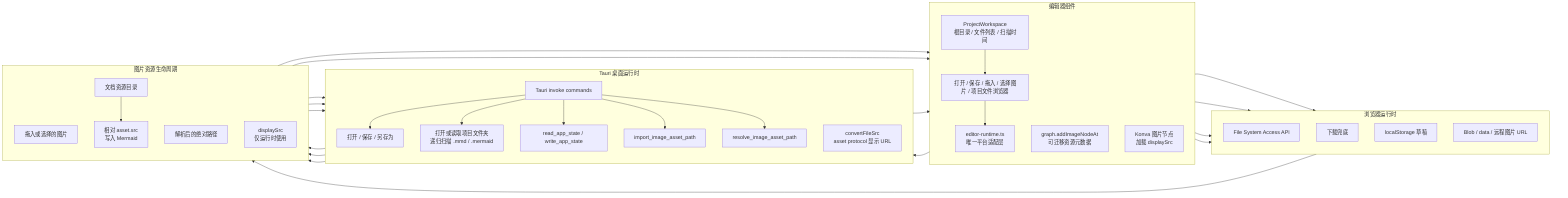
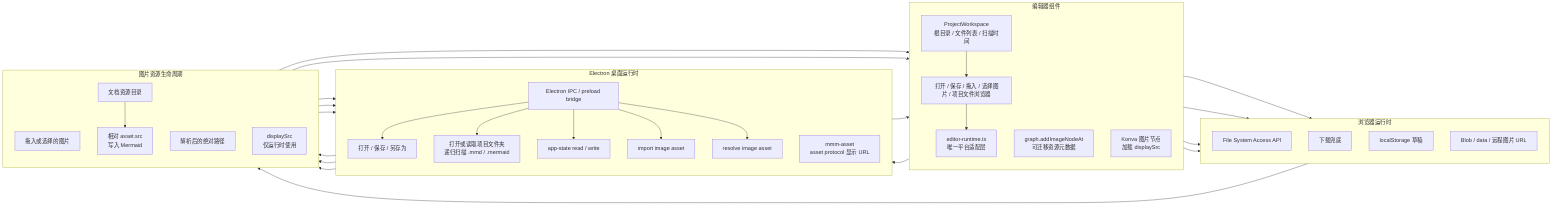
%% 运行时、文件流程与图片资源显示路径
flowchart LR
  subgraph Editor[编辑器组件]
    direction TB
    UiActions["打开 / 保存 / 拖入 / 选择图片 / 项目文件浏览器"]
    RuntimeAdapter["editor-runtime.ts<br/>唯一平台适配层"]
    ProjectWorkspace["ProjectWorkspace<br/>根目录 / 文件列表 / 扫描时间"]
    GraphCommand["graph.addImageNodeAt<br/>可迁移资源元数据"]
    CanvasImage["Konva 图片节点<br/>加载 displaySrc"]
  end

  subgraph Browser[浏览器运行时]
    direction TB
    BrowserPicker["File System Access API"]
    BrowserDownload["下载兜底"]
    BrowserDraft["localStorage 草稿"]
    BrowserBlob["Blob / data / 远程图片 URL"]
  end

-   subgraph Desktop[Tauri 桌面运行时]
+   subgraph Desktop[Electron 桌面运行时]
    direction TB
-     TauriInvoke["Tauri invoke commands"]
+     ElectronIpc["Electron IPC / preload bridge"]
    NativeFiles["打开 / 保存 / 另存为"]
    ProjectScan["打开或读取项目文件夹<br/>递归扫描 .mmd / .mermaid"]
-     NativeState["read_app_state / write_app_state"]
-     ImportImage["import_image_asset_path"]
-     ResolveImage["resolve_image_asset_path"]
-     ConvertFileSrc["convertFileSrc<br/>asset protocol 显示 URL"]
+     NativeState["app-state read / write"]
+     ImportImage["import image asset"]
+     ResolveImage["resolve image asset"]
+     ConvertFileSrc["mmm-asset<br/>asset protocol 显示 URL"]
  end

  subgraph AssetLifecycle[图片资源生命周期]
    direction TB
    SourceImage["拖入或选择的图片"]
    CopiedAsset["文档资源目录"]
    RelativeSrc["相对 asset.src<br/>写入 Mermaid"]
    AbsolutePath["解析后的绝对路径"]
    DisplaySrc["displaySrc<br/>仅运行时使用"]
  end

  UiActions --> RuntimeAdapter
  RuntimeAdapter --> BrowserPicker
  RuntimeAdapter --> BrowserDownload
  RuntimeAdapter --> BrowserDraft
  RuntimeAdapter --> BrowserBlob
-   RuntimeAdapter --> TauriInvoke
-   TauriInvoke --> NativeFiles
-   TauriInvoke --> ProjectScan
-   TauriInvoke --> NativeState
-   TauriInvoke --> ImportImage
-   TauriInvoke --> ResolveImage
+   RuntimeAdapter --> ElectronIpc
+   ElectronIpc --> NativeFiles
+   ElectronIpc --> ProjectScan
+   ElectronIpc --> NativeState
+   ElectronIpc --> ImportImage
+   ElectronIpc --> ResolveImage
  ProjectScan --> ProjectWorkspace
  ProjectWorkspace --> UiActions

  SourceImage --> ImportImage
  ImportImage --> CopiedAsset
  CopiedAsset --> RelativeSrc
  RelativeSrc --> GraphCommand
  RelativeSrc --> ResolveImage
  ResolveImage --> AbsolutePath
  AbsolutePath --> ConvertFileSrc
  ConvertFileSrc --> DisplaySrc
  BrowserBlob --> DisplaySrc
  DisplaySrc --> CanvasImage
